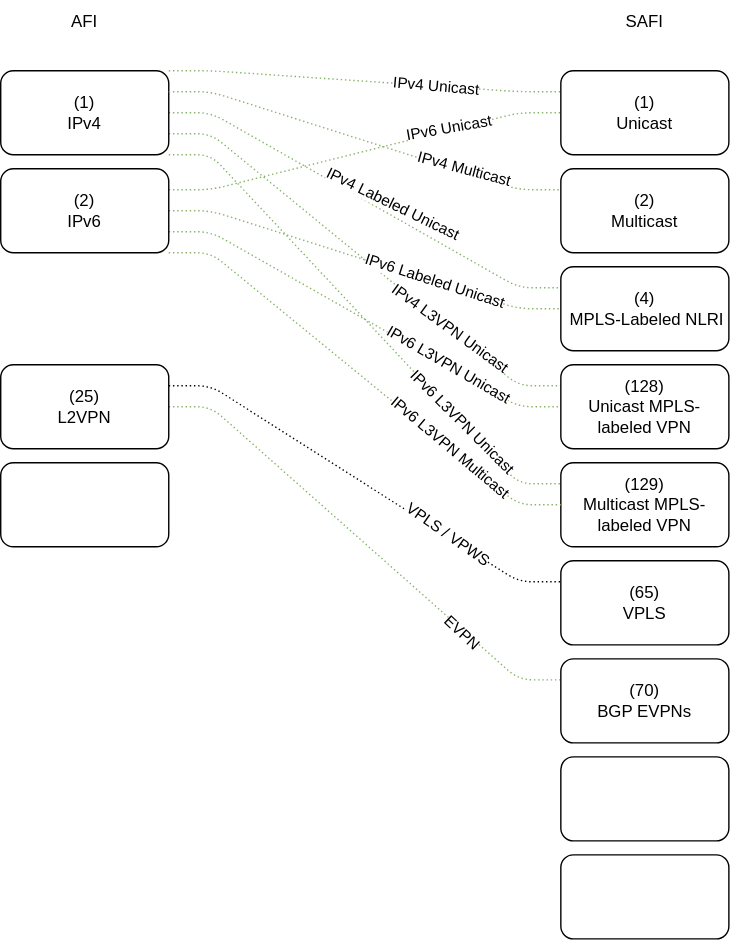
Earlier version of the draw.io export source/_posts/address-family/mpbgp-visual.drawio.svg (martyrsmith/martyrsmith.github.io). Source tidied: cells renumbered, new cells last; positions are measured from the earlier drawing's top-left corner, leaving out a move shared by most shapes.
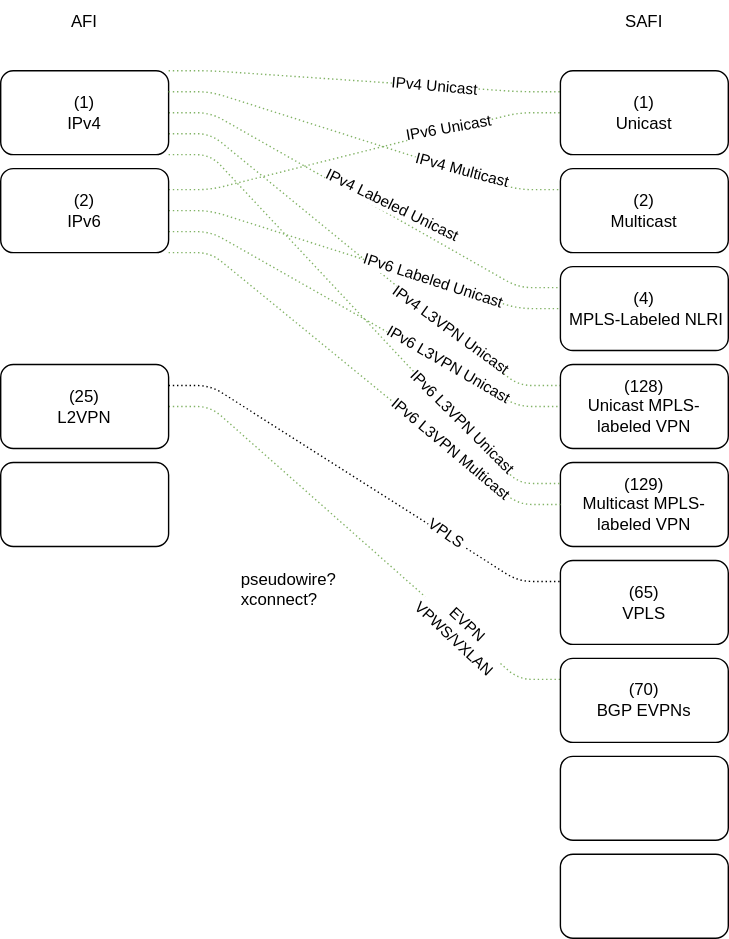
After the commit.

What changed in the source:
```diff
@@ -57,7 +57,7 @@
     <mxCell id="16" style="rounded=1;jumpStyle=none;jettySize=auto;html=1;exitX=1;exitY=0.25;exitDx=0;exitDy=0;entryX=0;entryY=0.25;entryDx=0;entryDy=0;endArrow=none;endFill=0;targetPerimeterSpacing=28;edgeStyle=entityRelationEdgeStyle;dashed=1;strokeWidth=1;dashPattern=1 2;shadow=0;sketch=0;" parent="1" edge="1" source="20" target="26">
       <mxGeometry relative="1" as="geometry" />
     </mxCell>
-    <mxCell id="17" value="VPLS / VPWS" style="edgeLabel;html=1;align=center;verticalAlign=middle;rotation=35;" parent="16" vertex="1">
+    <mxCell id="17" value="VPLS&amp;nbsp;&lt;br&gt;" style="edgeLabel;html=1;align=center;verticalAlign=middle;rotation=35;" parent="16" vertex="1">
       <mxGeometry x="-0.69" y="1" relative="1" as="geometry">
         <mxPoint x="152" y="95" as="offset" />
       </mxGeometry>
@@ -65,7 +65,7 @@
     <mxCell id="18" style="rounded=1;jumpStyle=none;jettySize=auto;html=1;exitX=1;exitY=0.5;exitDx=0;exitDy=0;entryX=0;entryY=0.25;entryDx=0;entryDy=0;endArrow=none;endFill=0;targetPerimeterSpacing=28;edgeStyle=entityRelationEdgeStyle;dashed=1;strokeWidth=1;dashPattern=1 2;shadow=0;sketch=0;fillColor=#d5e8d4;strokeColor=#82b366;" parent="1" edge="1" source="20" target="27">
       <mxGeometry relative="1" as="geometry" />
     </mxCell>
-    <mxCell id="19" value="EVPN" style="edgeLabel;html=1;align=center;verticalAlign=middle;rotation=43;" parent="18" vertex="1">
+    <mxCell id="19" value="EVPN&lt;br&gt;VPWS/VXLAN" style="edgeLabel;html=1;align=center;verticalAlign=middle;rotation=43;" parent="18" vertex="1">
       <mxGeometry x="-0.72" y="-1" relative="1" as="geometry">
         <mxPoint x="165" y="146" as="offset" />
       </mxGeometry>
@@ -131,5 +131,8 @@
     <mxCell id="38" value="IPv6 L3VPN Multicast" style="edgeLabel;align=center;verticalAlign=middle;rotation=40;html=1;" parent="37" vertex="1">
       <mxGeometry x="0.46" y="1" relative="1" as="geometry" />
     </mxCell>
+    <mxCell id="39" value="pseudowire?&lt;br&gt;xconnect?&lt;br&gt;" style="text;whiteSpace=wrap;html=1;" parent="1" vertex="1">
+      <mxGeometry x="170" y="400" width="90" height="55" as="geometry" />
+    </mxCell>
   </root>
 </mxGraphModel>
```
